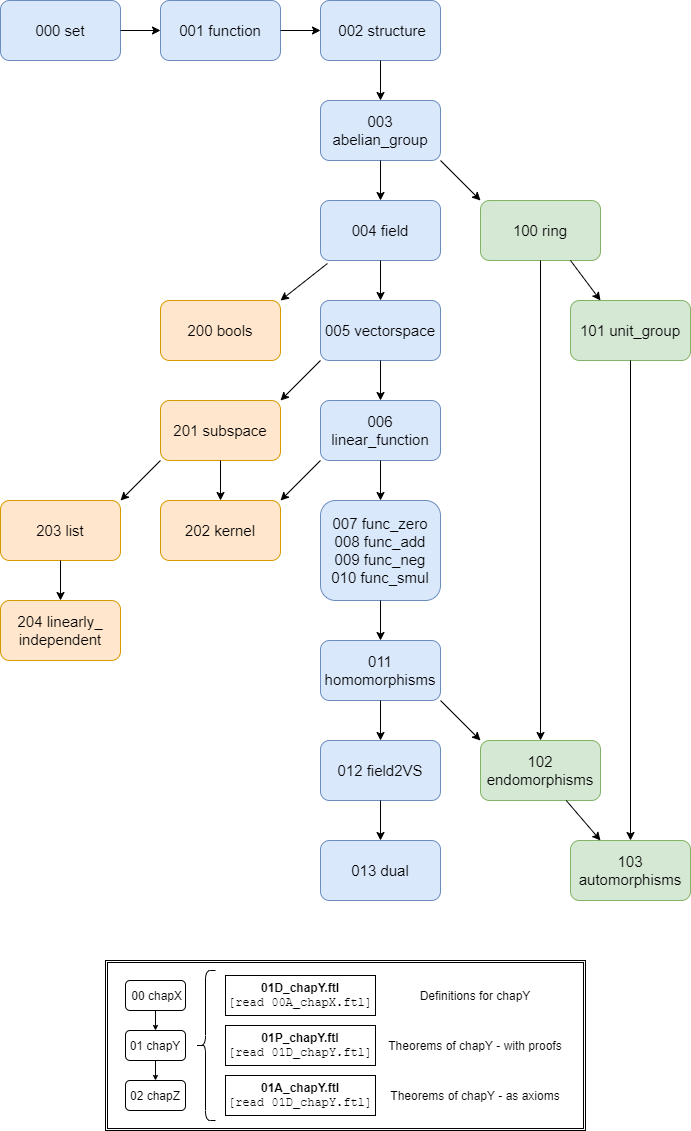
Above: data_structuring.png in Felix-Thiele/Lin-Algebra-Formalization-FTL (draw.io), before the change. Source tidied: cells renumbered, new cells last; positions are measured from the earlier drawing's top-left corner, leaving out a move shared by most shapes.
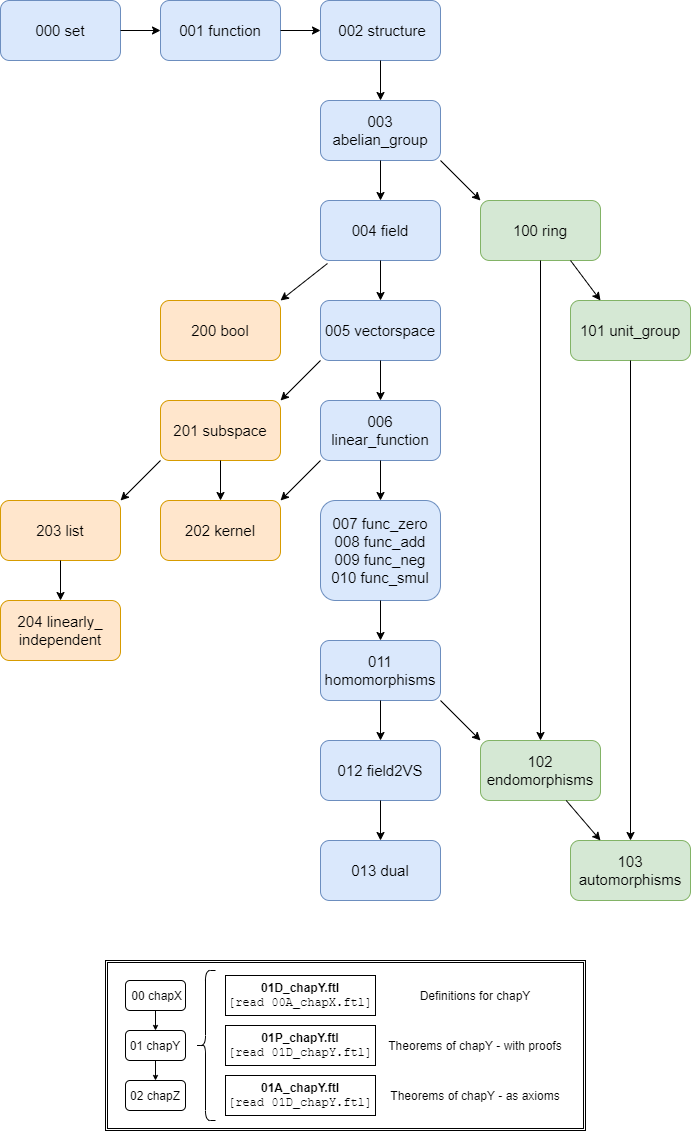
Later version of the same file.

The edit, as a diff of the source:
```diff
@@ -71,7 +71,7 @@
     <mxCell id="24" style="endArrow=classic;html=1;fontSize=15;exitX=0.5;exitY=1;exitDx=0;exitDy=0;entryX=0.5;entryY=0;entryDx=0;entryDy=0;" parent="1" edge="1" source="22" target="18">
       <mxGeometry relative="1" as="geometry" />
     </mxCell>
-    <mxCell id="25" value="200 bools" style="rounded=1;whiteSpace=wrap;html=1;fontSize=15;fillColor=#ffe6cc;strokeColor=#d79b00;" parent="1" vertex="1">
+    <mxCell id="25" value="200 bool" style="rounded=1;whiteSpace=wrap;html=1;fontSize=15;fillColor=#ffe6cc;strokeColor=#d79b00;" parent="1" vertex="1">
       <mxGeometry x="160" y="300" width="120" height="60" as="geometry" />
     </mxCell>
     <mxCell id="26" style="endArrow=classic;html=1;fontSize=15;exitX=0.058;exitY=1.05;exitDx=0;exitDy=0;entryX=1;entryY=0;entryDx=0;entryDy=0;exitPerimeter=0;" parent="1" edge="1" source="8" target="25">
```
